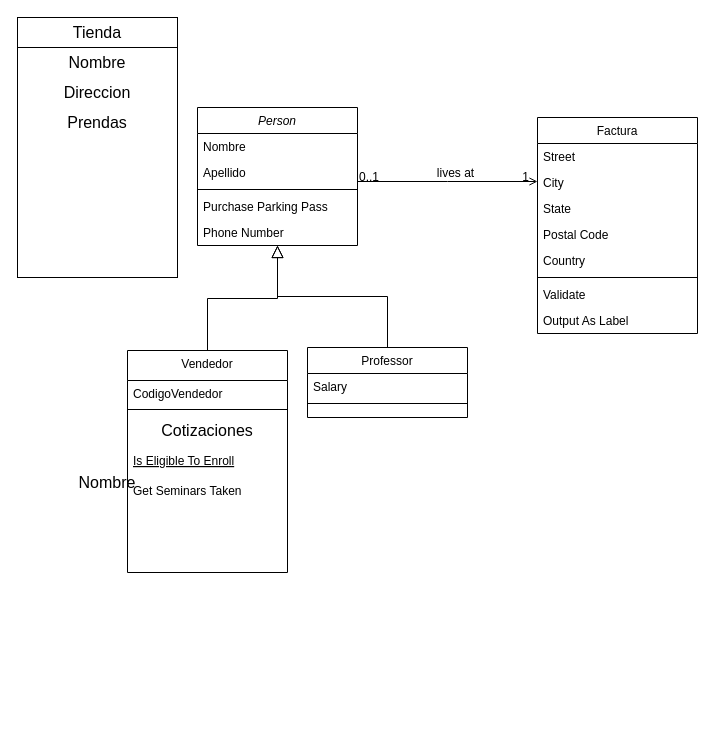
Earlier version of the draw.io diagram Untitled Diagram.drawio (treborsz7/quarkProyect). Source tidied: cells renumbered, new cells numbered last; positions are measured from the earlier drawing's top-left corner, leaving out a move shared by most shapes. Both pictures are drawn from the tidied source at 100%, with x=0, y=0 at pixel (17, 17).
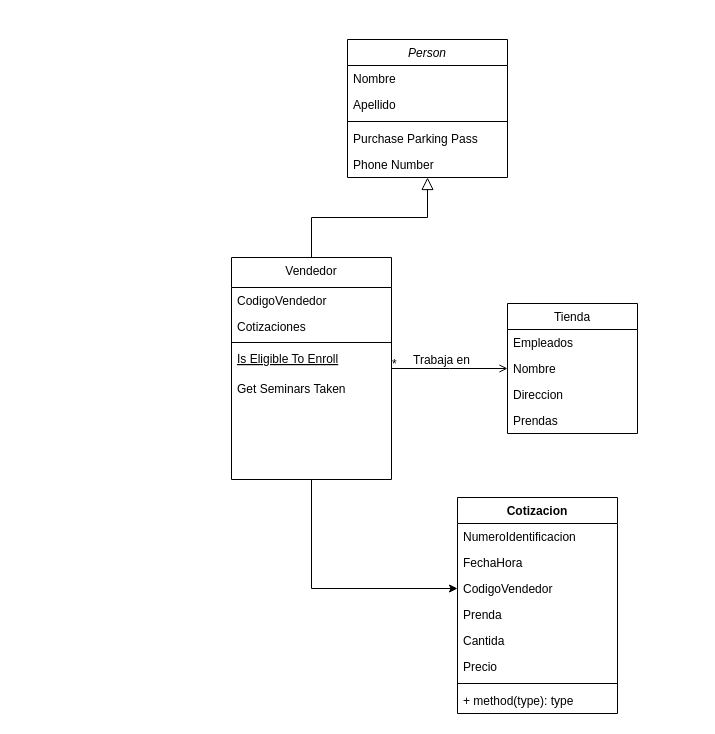
The same diagram, later.

The edit, as a diff of the source:
```diff
@@
     <mxCell id="2" value="Person" style="swimlane;fontStyle=2;align=center;verticalAlign=top;horizontal=1;startSize=26;rounded=0;shadow=0;strokeWidth=1;" parent="1" vertex="1">
-      <mxGeometry x="180" y="90" width="160" height="138" as="geometry" />
+      <mxGeometry x="330" y="22" width="160" height="138" as="geometry" />
     </mxCell>
@@
+    <mxCell id="39" style="edgeStyle=orthogonalEdgeStyle;rounded=0;jettySize=auto;html=1;entryX=0;entryY=0.5;entryDx=0;entryDy=0;" parent="1" edge="1" source="8" target="45">
+      <mxGeometry relative="1" as="geometry" />
+    </mxCell>
     <mxCell id="8" value="Vendedor" style="swimlane;fontStyle=0;align=center;verticalAlign=top;horizontal=1;startSize=30;rounded=0;shadow=0;strokeWidth=1;" parent="1" vertex="1">
-      <mxGeometry x="110" y="333" width="160" height="222" as="geometry" />
+      <mxGeometry x="214" y="240" width="160" height="222" as="geometry" />
     </mxCell>
@@
+    <mxCell id="16" value="Cotizaciones" style="text;align=left;verticalAlign=top;spacingLeft=4;spacingRight=4;overflow=hidden;" parent="8" vertex="1">
+      <mxGeometry y="56" width="160" height="26" as="geometry" />
+    </mxCell>
     <mxCell id="10" style="line;html=1;strokeWidth=1;align=left;verticalAlign=middle;spacingTop=-1;spacingLeft=3;spacingRight=3;labelPosition=right;" parent="8" vertex="1">
-      <mxGeometry y="56" width="160" height="6" as="geometry" />
+      <mxGeometry y="82" width="160" height="6" as="geometry" />
     </mxCell>
-    <mxCell id="11" value="Cotizaciones" style="text;strokeColor=none;fillColor=none;html=1;align=center;verticalAlign=middle;whiteSpace=wrap;rounded=0;fontSize=16;" parent="8" vertex="1">
-      <mxGeometry y="62" width="160" height="35" as="geometry" />
-    </mxCell>
     <mxCell id="12" value="Is Eligible To Enroll" style="text;align=left;verticalAlign=top;spacingLeft=4;spacingRight=4;overflow=hidden;fontStyle=4;" parent="8" vertex="1">
-      <mxGeometry y="97" width="160" height="30" as="geometry" />
+      <mxGeometry y="88" width="160" height="30" as="geometry" />
     </mxCell>
     <mxCell id="13" value="Get Seminars Taken" style="text;align=left;verticalAlign=top;spacingLeft=4;spacingRight=4;overflow=hidden;" parent="8" vertex="1">
-      <mxGeometry y="127" width="160" height="26" as="geometry" />
+      <mxGeometry y="118" width="160" height="26" as="geometry" />
     </mxCell>
@@
-    <mxCell id="15" value="Professor" style="swimlane;fontStyle=0;align=center;verticalAlign=top;horizontal=1;startSize=26;rounded=0;shadow=0;strokeWidth=1;" parent="1" vertex="1">
-      <mxGeometry x="290" y="330" width="160" height="70" as="geometry" />
-    </mxCell>
-    <mxCell id="16" value="Salary" style="text;align=left;verticalAlign=top;spacingLeft=4;spacingRight=4;overflow=hidden;" parent="15" vertex="1">
-      <mxGeometry y="26" width="160" height="26" as="geometry" />
-    </mxCell>
-    <mxCell id="17" style="line;html=1;strokeWidth=1;align=left;verticalAlign=middle;spacingTop=-1;spacingLeft=3;spacingRight=3;labelPosition=right;" parent="15" vertex="1">
-      <mxGeometry y="52" width="160" height="8" as="geometry" />
-    </mxCell>
-    <mxCell id="18" style="endArrow=block;endSize=10;endFill=0;shadow=0;strokeWidth=1;rounded=0;edgeStyle=elbowEdgeStyle;elbow=vertical;" parent="1" edge="1" source="15" target="2">
-      <mxGeometry relative="1" as="geometry" />
-    </mxCell>
-    <mxCell id="19" value="Factura&#10;" style="swimlane;fontStyle=0;align=center;verticalAlign=top;horizontal=1;startSize=26;rounded=0;shadow=0;strokeWidth=1;" parent="1" vertex="1">
-      <mxGeometry x="520" y="100" width="160" height="216" as="geometry" />
-    </mxCell>
-    <mxCell id="20" value="Street" style="text;align=left;verticalAlign=top;spacingLeft=4;spacingRight=4;overflow=hidden;" parent="19" vertex="1">
-      <mxGeometry y="26" width="160" height="26" as="geometry" />
-    </mxCell>
-    <mxCell id="21" value="City" style="text;align=left;verticalAlign=top;spacingLeft=4;spacingRight=4;overflow=hidden;rounded=0;shadow=0;html=0;" parent="19" vertex="1">
-      <mxGeometry y="52" width="160" height="26" as="geometry" />
-    </mxCell>
-    <mxCell id="22" value="State" style="text;align=left;verticalAlign=top;spacingLeft=4;spacingRight=4;overflow=hidden;rounded=0;shadow=0;html=0;" parent="19" vertex="1">
-      <mxGeometry y="78" width="160" height="26" as="geometry" />
-    </mxCell>
-    <mxCell id="23" value="Postal Code" style="text;align=left;verticalAlign=top;spacingLeft=4;spacingRight=4;overflow=hidden;rounded=0;shadow=0;html=0;" parent="19" vertex="1">
-      <mxGeometry y="104" width="160" height="26" as="geometry" />
-    </mxCell>
-    <mxCell id="24" value="Country" style="text;align=left;verticalAlign=top;spacingLeft=4;spacingRight=4;overflow=hidden;rounded=0;shadow=0;html=0;" parent="19" vertex="1">
-      <mxGeometry y="130" width="160" height="26" as="geometry" />
-    </mxCell>
-    <mxCell id="25" style="line;html=1;strokeWidth=1;align=left;verticalAlign=middle;spacingTop=-1;spacingLeft=3;spacingRight=3;labelPosition=right;" parent="19" vertex="1">
-      <mxGeometry y="156" width="160" height="8" as="geometry" />
-    </mxCell>
-    <mxCell id="26" value="Validate" style="text;align=left;verticalAlign=top;spacingLeft=4;spacingRight=4;overflow=hidden;" parent="19" vertex="1">
-      <mxGeometry y="164" width="160" height="26" as="geometry" />
-    </mxCell>
-    <mxCell id="27" value="Output As Label" style="text;align=left;verticalAlign=top;spacingLeft=4;spacingRight=4;overflow=hidden;" parent="19" vertex="1">
-      <mxGeometry y="190" width="160" height="26" as="geometry" />
-    </mxCell>
-    <mxCell id="28" style="endArrow=open;shadow=0;strokeWidth=1;rounded=0;endFill=1;edgeStyle=elbowEdgeStyle;elbow=vertical;" parent="1" edge="1" source="2" target="19">
-      <mxGeometry x="0.5" y="41" relative="1" as="geometry">
-        <mxPoint x="-40" y="32" as="offset" />
-      </mxGeometry>
-    </mxCell>
-    <mxCell id="29" value="0..1" style="align=left;verticalAlign=bottom;labelBackgroundColor=none;fontSize=12;" parent="28" vertex="1">
-      <mxGeometry x="-1" relative="1" as="geometry">
-        <mxPoint y="4" as="offset" />
-      </mxGeometry>
-    </mxCell>
-    <mxCell id="30" value="1" style="align=right;verticalAlign=bottom;labelBackgroundColor=none;fontSize=12;" parent="28" vertex="1">
-      <mxGeometry x="1" relative="1" as="geometry">
-        <mxPoint x="-7" y="4" as="offset" />
-      </mxGeometry>
-    </mxCell>
-    <mxCell id="31" value="lives at" style="text;html=1;align=center;verticalAlign=middle;labelBackgroundColor=none;rounded=0;shadow=0;strokeWidth=1;fontSize=12;" parent="28" vertex="1">
-      <mxGeometry x="0.5" y="49" relative="1" as="geometry">
-        <mxPoint x="-38" y="40" as="offset" />
-      </mxGeometry>
-    </mxCell>
-    <mxCell id="32" style="rounded=0;whiteSpace=wrap;html=1;fontSize=16;" parent="1" vertex="1">
-      <mxGeometry width="160" height="260" as="geometry" />
-    </mxCell>
-    <mxCell id="33" style="rounded=0;whiteSpace=wrap;html=1;fontSize=16;" parent="1" vertex="1">
-      <mxGeometry width="160" height="30" as="geometry" />
-    </mxCell>
-    <mxCell id="34" value="Tienda" style="text;strokeColor=none;fillColor=none;html=1;align=center;verticalAlign=middle;whiteSpace=wrap;rounded=0;fontSize=16;" parent="1" vertex="1">
-      <mxGeometry width="160" height="30" as="geometry" />
+    <mxCell id="34" value="Tienda" style="swimlane;fontStyle=0;horizontal=1;startSize=26;fillColor=none;" parent="1" vertex="1">
+      <mxGeometry x="490" y="286" width="130" height="130" as="geometry" />
     </mxCell>
-    <mxCell id="35" value="Nombre" style="text;strokeColor=none;fillColor=none;html=1;align=center;verticalAlign=middle;whiteSpace=wrap;rounded=0;fontSize=16;" parent="1" vertex="1">
-      <mxGeometry x="10" y="450" width="160" height="30" as="geometry" />
-    </mxCell>
-    <mxCell id="36" value="Nombre" style="text;strokeColor=none;fillColor=none;html=1;align=center;verticalAlign=middle;whiteSpace=wrap;rounded=0;fontSize=16;" parent="1" vertex="1">
-      <mxGeometry y="30" width="160" height="30" as="geometry" />
-    </mxCell>
+    <mxCell id="40" value="Empleados" style="text;strokeColor=none;fillColor=none;align=left;verticalAlign=top;spacingLeft=4;spacingRight=4;overflow=hidden;" parent="34" vertex="1">
+      <mxGeometry y="26" width="130" height="26" as="geometry" />
+    </mxCell>
+    <mxCell id="41" value="Nombre" style="text;strokeColor=none;fillColor=none;align=left;verticalAlign=top;spacingLeft=4;spacingRight=4;overflow=hidden;" parent="34" vertex="1">
+      <mxGeometry y="52" width="130" height="26" as="geometry" />
+    </mxCell>
-    <mxCell id="37" value="Direccion" style="text;strokeColor=none;fillColor=none;html=1;align=center;verticalAlign=middle;whiteSpace=wrap;rounded=0;fontSize=16;" parent="1" vertex="1">
-      <mxGeometry y="60" width="160" height="30" as="geometry" />
+    <mxCell id="37" value="Direccion" style="text;strokeColor=none;fillColor=none;align=left;verticalAlign=top;spacingLeft=4;spacingRight=4;overflow=hidden;" parent="34" vertex="1">
+      <mxGeometry y="78" width="130" height="26" as="geometry" />
     </mxCell>
-    <mxCell id="38" value="Prendas" style="text;strokeColor=none;fillColor=none;html=1;align=center;verticalAlign=middle;whiteSpace=wrap;rounded=0;fontSize=16;" parent="1" vertex="1">
-      <mxGeometry y="90" width="160" height="30" as="geometry" />
+    <mxCell id="38" value="Prendas" style="text;strokeColor=none;fillColor=none;align=left;verticalAlign=top;spacingLeft=4;spacingRight=4;overflow=hidden;" parent="34" vertex="1">
+      <mxGeometry y="104" width="130" height="26" as="geometry" />
     </mxCell>
+    <mxCell id="42" value="Cotizacion&#10;" style="swimlane;fontStyle=1;align=center;verticalAlign=top;horizontal=1;startSize=26;" parent="1" vertex="1">
+      <mxGeometry x="440" y="480" width="160" height="216" as="geometry" />
+    </mxCell>
+    <mxCell id="43" value="NumeroIdentificacion" style="text;strokeColor=none;fillColor=none;align=left;verticalAlign=top;spacingLeft=4;spacingRight=4;overflow=hidden;" parent="42" vertex="1">
+      <mxGeometry y="26" width="160" height="26" as="geometry" />
+    </mxCell>
+    <mxCell id="44" value="FechaHora" style="text;strokeColor=none;fillColor=none;align=left;verticalAlign=top;spacingLeft=4;spacingRight=4;overflow=hidden;" parent="42" vertex="1">
+      <mxGeometry y="52" width="160" height="26" as="geometry" />
+    </mxCell>
+    <mxCell id="45" value="CodigoVendedor" style="text;strokeColor=none;fillColor=none;align=left;verticalAlign=top;spacingLeft=4;spacingRight=4;overflow=hidden;points=[[0,0.5],[1,0.5]];portConstraint=eastwest;" parent="42" vertex="1">
+      <mxGeometry y="78" width="160" height="26" as="geometry" />
+    </mxCell>
+    <mxCell id="46" value="Prenda&#10;" style="text;strokeColor=none;fillColor=none;align=left;verticalAlign=top;spacingLeft=4;spacingRight=4;overflow=hidden;" parent="42" vertex="1">
+      <mxGeometry y="104" width="160" height="26" as="geometry" />
+    </mxCell>
+    <mxCell id="47" value="Cantida" style="text;strokeColor=none;fillColor=none;align=left;verticalAlign=top;spacingLeft=4;spacingRight=4;overflow=hidden;" parent="42" vertex="1">
+      <mxGeometry y="130" width="160" height="26" as="geometry" />
+    </mxCell>
+    <mxCell id="48" value="Precio" style="text;strokeColor=none;fillColor=none;align=left;verticalAlign=top;spacingLeft=4;spacingRight=4;overflow=hidden;" parent="42" vertex="1">
+      <mxGeometry y="156" width="160" height="26" as="geometry" />
+    </mxCell>
+    <mxCell id="49" style="line;strokeWidth=1;fillColor=none;align=left;verticalAlign=middle;spacingTop=-1;spacingLeft=3;spacingRight=3;labelPosition=right;strokeColor=inherit;" parent="42" vertex="1">
+      <mxGeometry y="182" width="160" height="8" as="geometry" />
+    </mxCell>
+    <mxCell id="50" value="+ method(type): type" style="text;strokeColor=none;fillColor=none;align=left;verticalAlign=top;spacingLeft=4;spacingRight=4;overflow=hidden;" parent="42" vertex="1">
+      <mxGeometry y="190" width="160" height="26" as="geometry" />
+    </mxCell>
+    <mxCell id="51" style="endArrow=open;shadow=0;strokeWidth=1;rounded=0;endFill=1;edgeStyle=elbowEdgeStyle;elbow=vertical;" parent="1" edge="1" source="8" target="34">
+      <mxGeometry x="0.5" y="41" relative="1" as="geometry">
+        <mxPoint x="-40" y="32" as="offset" />
+      </mxGeometry>
+    </mxCell>
+    <mxCell id="52" value="*" style="align=left;verticalAlign=bottom;labelBackgroundColor=none;fontSize=12;" parent="51" vertex="1">
+      <mxGeometry x="-1" relative="1" as="geometry">
+        <mxPoint x="-1" y="4" as="offset" />
+      </mxGeometry>
+    </mxCell>
+    <mxCell id="53" value="Trabaja en" style="text;html=1;align=center;verticalAlign=middle;labelBackgroundColor=none;rounded=0;shadow=0;strokeWidth=1;fontSize=12;" parent="51" vertex="1">
+      <mxGeometry x="0.5" y="49" relative="1" as="geometry">
+        <mxPoint x="-38" y="40" as="offset" />
+      </mxGeometry>
+    </mxCell>
```
